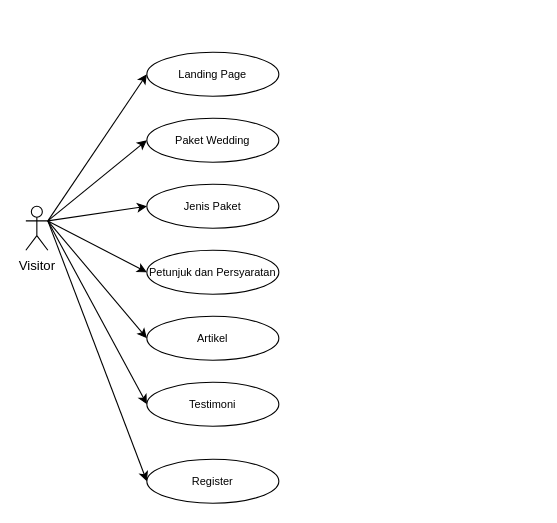
Before: Use Case Visitor.drawio in wepro-v/asset, a draw.io diagram. Source tidied: cells renumbered, new cells numbered last; positions are measured from the earlier drawing's top-left corner, leaving out a move shared by most shapes. Both pictures are drawn from the tidied source at 110%, with x=0, y=0 at pixel (25, 52).
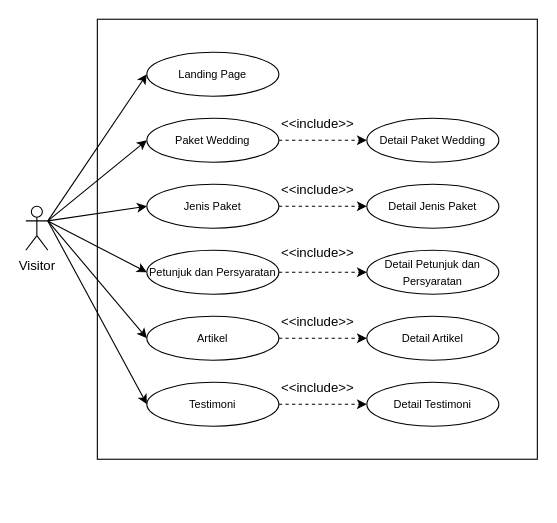
Above is the later version.

The change refers to these unchanged cells:
```xml
<mxCell id="3" value="&lt;font style=&quot;font-size: 10px;&quot;&gt;Paket Wedding&lt;/font&gt;" style="ellipse;whiteSpace=wrap;html=1;" parent="1" vertex="1">
  <mxGeometry x="110" y="60" width="120" height="40" as="geometry" />
</mxCell>
<mxCell id="4" value="&lt;font style=&quot;font-size: 10px;&quot;&gt;Jenis Paket&lt;/font&gt;" style="ellipse;whiteSpace=wrap;html=1;" parent="1" vertex="1">
  <mxGeometry x="110" y="120" width="120" height="40" as="geometry" />
</mxCell>
<mxCell id="5" value="&lt;font style=&quot;font-size: 10px;&quot;&gt;Petunjuk dan Persyaratan&lt;/font&gt;" style="ellipse;whiteSpace=wrap;html=1;" parent="1" vertex="1">
  <mxGeometry x="110" y="180" width="120" height="40" as="geometry" />
</mxCell>
<mxCell id="7" value="Visitor" style="shape=umlActor;verticalLabelPosition=bottom;verticalAlign=top;html=1;" parent="1" vertex="1">
  <mxGeometry y="140" width="20" height="40" as="geometry" />
</mxCell>
<mxCell id="13" value="&lt;font style=&quot;font-size: 10px;&quot;&gt;Artikel&lt;/font&gt;" style="ellipse;whiteSpace=wrap;html=1;" parent="1" vertex="1">
  <mxGeometry x="110" y="240" width="120" height="40" as="geometry" />
</mxCell>
<mxCell id="15" value="&lt;font style=&quot;font-size: 10px;&quot;&gt;Testimoni&lt;/font&gt;" style="ellipse;whiteSpace=wrap;html=1;" parent="1" vertex="1">
  <mxGeometry x="110" y="300" width="120" height="40" as="geometry" />
</mxCell>
```

The edit, as a diff of the source:
```diff
@@
+    <mxCell id="17" style="rounded=0;whiteSpace=wrap;html=1;verticalAlign=middle;" parent="1" vertex="1">
+      <mxGeometry x="65" y="-30" width="400" height="400" as="geometry" />
+    </mxCell>
@@
+    <mxCell id="18" style="edgeStyle=orthogonalEdgeStyle;rounded=0;jettySize=auto;html=1;dashed=1;" parent="1" edge="1" source="3" target="23">
+      <mxGeometry relative="1" as="geometry" />
+    </mxCell>
@@
+    <mxCell id="19" style="edgeStyle=orthogonalEdgeStyle;rounded=0;jettySize=auto;html=1;dashed=1;" parent="1" edge="1" source="4" target="25">
+      <mxGeometry relative="1" as="geometry" />
+    </mxCell>
@@
+    <mxCell id="20" style="edgeStyle=orthogonalEdgeStyle;rounded=0;jettySize=auto;html=1;entryX=0;entryY=0.5;entryDx=0;entryDy=0;dashed=1;" parent="1" edge="1" source="5" target="31">
+      <mxGeometry relative="1" as="geometry" />
+    </mxCell>
@@
-    <mxCell id="6" value="&lt;font style=&quot;font-size: 10px;&quot;&gt;Register&lt;/font&gt;" style="ellipse;whiteSpace=wrap;html=1;" parent="1" vertex="1">
-      <mxGeometry x="110" y="370" width="120" height="40" as="geometry" />
-    </mxCell>
@@
-    <mxCell id="12" style="endArrow=classic;html=1;rounded=0;exitX=1;exitY=0.3333333333333333;exitDx=0;exitDy=0;exitPerimeter=0;entryX=0;entryY=0.5;entryDx=0;entryDy=0;" parent="1" edge="1" source="7" target="6">
-      <mxGeometry relative="1" as="geometry" />
-    </mxCell>
+    <mxCell id="21" style="edgeStyle=orthogonalEdgeStyle;rounded=0;jettySize=auto;html=1;dashed=1;" parent="1" edge="1" source="13" target="27">
+      <mxGeometry relative="1" as="geometry" />
+    </mxCell>
@@
+    <mxCell id="22" style="edgeStyle=orthogonalEdgeStyle;rounded=0;jettySize=auto;html=1;dashed=1;" parent="1" edge="1" source="15" target="29">
+      <mxGeometry relative="1" as="geometry" />
+    </mxCell>
@@
+    <mxCell id="23" value="&lt;font style=&quot;font-size: 10px;&quot;&gt;Detail Paket Wedding&lt;/font&gt;" style="ellipse;whiteSpace=wrap;html=1;" parent="1" vertex="1">
+      <mxGeometry x="310" y="60" width="120" height="40" as="geometry" />
+    </mxCell>
+    <mxCell id="24" value="&amp;lt;&amp;lt;include&amp;gt;&amp;gt;" style="text;html=1;align=center;verticalAlign=middle;strokeColor=none;fillColor=none;" parent="1" vertex="1">
+      <mxGeometry x="220" y="50" width="90" height="30" as="geometry" />
+    </mxCell>
+    <mxCell id="25" value="&lt;font style=&quot;font-size: 10px;&quot;&gt;Detail Jenis Paket&lt;/font&gt;" style="ellipse;whiteSpace=wrap;html=1;" parent="1" vertex="1">
+      <mxGeometry x="310" y="120" width="120" height="40" as="geometry" />
+    </mxCell>
+    <mxCell id="26" value="&amp;lt;&amp;lt;include&amp;gt;&amp;gt;" style="text;html=1;align=center;verticalAlign=middle;strokeColor=none;fillColor=none;" parent="1" vertex="1">
+      <mxGeometry x="220" y="110" width="90" height="30" as="geometry" />
+    </mxCell>
+    <mxCell id="27" value="&lt;font style=&quot;font-size: 10px;&quot;&gt;Detail Artikel&lt;/font&gt;" style="ellipse;whiteSpace=wrap;html=1;" parent="1" vertex="1">
+      <mxGeometry x="310" y="240" width="120" height="40" as="geometry" />
+    </mxCell>
+    <mxCell id="28" value="&amp;lt;&amp;lt;include&amp;gt;&amp;gt;" style="text;html=1;align=center;verticalAlign=middle;strokeColor=none;fillColor=none;" parent="1" vertex="1">
+      <mxGeometry x="220" y="230" width="90" height="30" as="geometry" />
+    </mxCell>
+    <mxCell id="29" value="&lt;font style=&quot;font-size: 10px;&quot;&gt;Detail Testimoni&lt;/font&gt;" style="ellipse;whiteSpace=wrap;html=1;" parent="1" vertex="1">
+      <mxGeometry x="310" y="300" width="120" height="40" as="geometry" />
+    </mxCell>
+    <mxCell id="30" value="&amp;lt;&amp;lt;include&amp;gt;&amp;gt;" style="text;html=1;align=center;verticalAlign=middle;strokeColor=none;fillColor=none;" parent="1" vertex="1">
+      <mxGeometry x="220" y="290" width="90" height="30" as="geometry" />
+    </mxCell>
+    <mxCell id="31" value="&lt;font style=&quot;font-size: 10px;&quot;&gt;Detail Petunjuk dan Persyaratan&lt;/font&gt;" style="ellipse;whiteSpace=wrap;html=1;" parent="1" vertex="1">
+      <mxGeometry x="310" y="180" width="120" height="40" as="geometry" />
+    </mxCell>
+    <mxCell id="32" value="&amp;lt;&amp;lt;include&amp;gt;&amp;gt;" style="text;html=1;align=center;verticalAlign=middle;strokeColor=none;fillColor=none;" parent="1" vertex="1">
+      <mxGeometry x="220" y="168" width="90" height="30" as="geometry" />
+    </mxCell>
```
